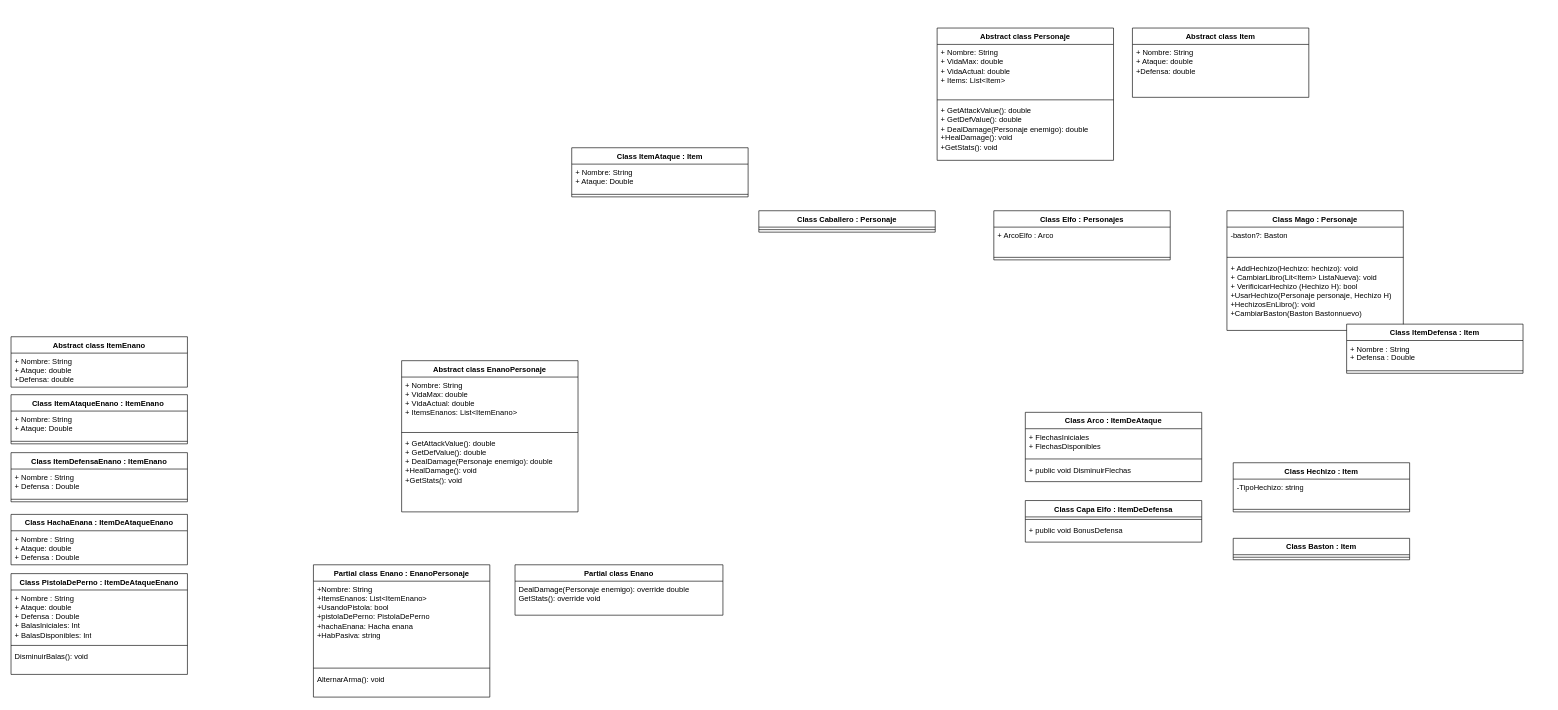
Above: src/Library/UML_RolePlaypt1.drawio in MauricioSS215/PII_RoleplayGame_1_Start (draw.io), before the change. Source tidied: cells renumbered, new cells numbered last; positions are measured from the earlier drawing's top-left corner, leaving out a move shared by most shapes. Both pictures are drawn from the tidied source at 63%, with x=0, y=0 at pixel (11, 28).
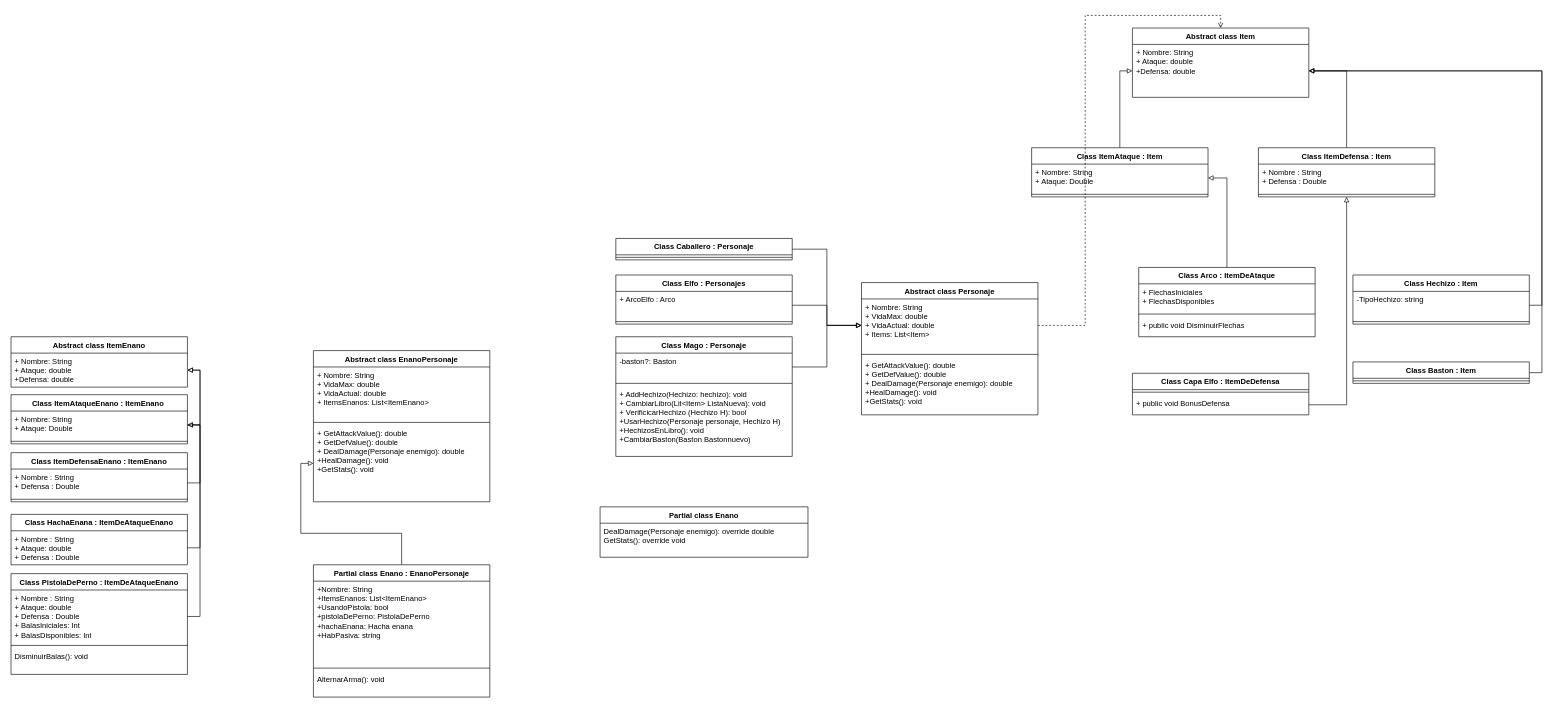
Above is the later version.

Commit message:
UML Final, falta solo flechar la partial class enano.

Unchanged cells that the change refers to:
```xml
<mxCell id="3" value="+ Nombre: String&lt;br&gt;+ VidaMax: double&lt;br&gt;+ VidaActual: double&lt;br&gt;+ Items: List&amp;lt;Item&amp;gt;&lt;br&gt;&lt;br&gt;&amp;nbsp;" style="text;strokeColor=none;fillColor=none;align=left;verticalAlign=top;spacingLeft=4;spacingRight=4;overflow=hidden;points=[[0,0.5],[1,0.5]];portConstraint=eastwest;whiteSpace=wrap;html=1;" parent="2" vertex="1">
  <mxGeometry y="26" width="280" height="84" as="geometry" />
</mxCell>
<mxCell id="6" value="Abstract class Item" style="swimlane;fontStyle=1;align=center;verticalAlign=top;horizontal=1;startSize=26;whiteSpace=wrap;html=1;" parent="1" vertex="1">
  <mxGeometry x="1780" width="280" height="110" as="geometry" />
</mxCell>
<mxCell id="7" value="+ Nombre: String&lt;br&gt;+ Ataque: double&lt;br&gt;+Defensa: double&lt;br&gt;&lt;br&gt;&amp;nbsp;" style="text;strokeColor=none;fillColor=none;align=left;verticalAlign=top;spacingLeft=4;spacingRight=4;overflow=hidden;points=[[0,0.5],[1,0.5]];portConstraint=eastwest;whiteSpace=wrap;html=1;" parent="6" vertex="1">
  <mxGeometry y="26" width="280" height="84" as="geometry" />
</mxCell>
<mxCell id="9" value="+ Nombre: String&lt;br&gt;+ Ataque: Double" style="text;strokeColor=none;fillColor=none;align=left;verticalAlign=top;spacingLeft=4;spacingRight=4;overflow=hidden;points=[[0,0.5],[1,0.5]];portConstraint=eastwest;whiteSpace=wrap;html=1;" parent="8" vertex="1">
  <mxGeometry y="26" width="280" height="44" as="geometry" />
</mxCell>
<mxCell id="14" value="-baston?: Baston" style="text;strokeColor=none;fillColor=none;align=left;verticalAlign=top;spacingLeft=4;spacingRight=4;overflow=hidden;points=[[0,0.5],[1,0.5]];portConstraint=eastwest;whiteSpace=wrap;html=1;" parent="13" vertex="1">
  <mxGeometry y="26" width="280" height="44" as="geometry" />
</mxCell>
<mxCell id="18" value="-TipoHechizo: string" style="text;strokeColor=none;fillColor=none;align=left;verticalAlign=top;spacingLeft=4;spacingRight=4;overflow=hidden;points=[[0,0.5],[1,0.5]];portConstraint=eastwest;whiteSpace=wrap;html=1;" parent="17" vertex="1">
  <mxGeometry y="26" width="280" height="44" as="geometry" />
</mxCell>
<mxCell id="23" value="+ ArcoElfo : Arco" style="text;strokeColor=none;fillColor=none;align=left;verticalAlign=top;spacingLeft=4;spacingRight=4;overflow=hidden;points=[[0,0.5],[1,0.5]];portConstraint=eastwest;whiteSpace=wrap;html=1;" parent="22" vertex="1">
  <mxGeometry y="26" width="280" height="44" as="geometry" />
</mxCell>
<mxCell id="31" value="+ public void BonusDefensa" style="text;strokeColor=none;fillColor=none;align=left;verticalAlign=top;spacingLeft=4;spacingRight=4;overflow=hidden;points=[[0,0.5],[1,0.5]];portConstraint=eastwest;whiteSpace=wrap;html=1;" parent="29" vertex="1">
  <mxGeometry y="34" width="280" height="32" as="geometry" />
</mxCell>
<mxCell id="35" value="Partial class Enano : EnanoPersonaje" style="swimlane;fontStyle=1;align=center;verticalAlign=top;horizontal=1;startSize=26;whiteSpace=wrap;html=1;" parent="1" vertex="1">
  <mxGeometry x="480" y="852" width="280" height="210" as="geometry" />
</mxCell>
<mxCell id="42" value="+ GetAttackValue(): double&lt;br&gt;+ GetDefValue(): double&lt;br&gt;+ DealDamage(Personaje enemigo): double&lt;br&gt;+HealDamage(): void&lt;br&gt;+GetStats(): void" style="text;strokeColor=none;fillColor=none;align=left;verticalAlign=top;spacingLeft=4;spacingRight=4;overflow=hidden;points=[[0,0.5],[1,0.5]];portConstraint=eastwest;whiteSpace=wrap;html=1;" parent="39" vertex="1">
  <mxGeometry y="118" width="280" height="122" as="geometry" />
</mxCell>
<mxCell id="46" value="+ Nombre: String&lt;br&gt;+ Ataque: Double" style="text;strokeColor=none;fillColor=none;align=left;verticalAlign=top;spacingLeft=4;spacingRight=4;overflow=hidden;points=[[0,0.5],[1,0.5]];portConstraint=eastwest;whiteSpace=wrap;html=1;" parent="45" vertex="1">
  <mxGeometry y="26" width="280" height="44" as="geometry" />
</mxCell>
<mxCell id="49" value="+ Nombre : String&lt;br&gt;+ Defensa : Double" style="text;strokeColor=none;fillColor=none;align=left;verticalAlign=top;spacingLeft=4;spacingRight=4;overflow=hidden;points=[[0,0.5],[1,0.5]];portConstraint=eastwest;whiteSpace=wrap;html=1;" parent="48" vertex="1">
  <mxGeometry y="26" width="280" height="44" as="geometry" />
</mxCell>
<mxCell id="52" value="+ Nombre: String&lt;br&gt;+ Ataque: double&lt;br&gt;+Defensa: double&lt;br&gt;&lt;br&gt;&amp;nbsp;" style="text;strokeColor=none;fillColor=none;align=left;verticalAlign=top;spacingLeft=4;spacingRight=4;overflow=hidden;points=[[0,0.5],[1,0.5]];portConstraint=eastwest;whiteSpace=wrap;html=1;" parent="51" vertex="1">
  <mxGeometry y="26" width="280" height="54" as="geometry" />
</mxCell>
<mxCell id="54" value="+ Nombre : String&lt;br&gt;+ Ataque: double&lt;br&gt;+ Defensa : Double" style="text;strokeColor=none;fillColor=none;align=left;verticalAlign=top;spacingLeft=4;spacingRight=4;overflow=hidden;points=[[0,0.5],[1,0.5]];portConstraint=eastwest;whiteSpace=wrap;html=1;" parent="53" vertex="1">
  <mxGeometry y="26" width="280" height="54" as="geometry" />
</mxCell>
<mxCell id="56" value="+ Nombre : String&lt;br&gt;+ Ataque: double&lt;br&gt;+ Defensa : Double&lt;br&gt;+ BalasIniciales: Int&lt;br&gt;+ BalasDisponibles: Int&lt;br&gt;" style="text;strokeColor=none;fillColor=none;align=left;verticalAlign=top;spacingLeft=4;spacingRight=4;overflow=hidden;points=[[0,0.5],[1,0.5]];portConstraint=eastwest;whiteSpace=wrap;html=1;" parent="55" vertex="1">
  <mxGeometry y="26" width="280" height="84" as="geometry" />
</mxCell>
```

Change to the diagram source:
```diff
@@
     <mxCell id="2" value="Abstract class Personaje" style="swimlane;fontStyle=1;align=center;verticalAlign=top;horizontal=1;startSize=26;whiteSpace=wrap;html=1;" parent="1" vertex="1">
-      <mxGeometry x="1470" width="280" height="210" as="geometry" />
+      <mxGeometry x="1350" y="404" width="280" height="210" as="geometry" />
     </mxCell>
@@
+    <mxCell id="59" style="edgeStyle=orthogonalEdgeStyle;rounded=0;jettySize=auto;html=1;exitX=0.5;exitY=0;exitDx=0;exitDy=0;entryX=0;entryY=0.5;entryDx=0;entryDy=0;endArrow=block;endFill=0;" parent="1" edge="1" source="8" target="7">
+      <mxGeometry relative="1" as="geometry" />
+    </mxCell>
     <mxCell id="8" value="Class ItemAtaque : Item" style="swimlane;fontStyle=1;align=center;verticalAlign=top;horizontal=1;startSize=26;whiteSpace=wrap;html=1;" parent="1" vertex="1">
-      <mxGeometry x="890" y="190" width="280" height="78" as="geometry" />
+      <mxGeometry x="1620" y="190" width="280" height="78" as="geometry" />
     </mxCell>
@@
+    <mxCell id="60" style="edgeStyle=orthogonalEdgeStyle;rounded=0;jettySize=auto;html=1;exitX=1;exitY=0.5;exitDx=0;exitDy=0;entryX=0;entryY=0.5;entryDx=0;entryDy=0;endArrow=block;endFill=0;" parent="1" edge="1" source="11" target="3">
+      <mxGeometry relative="1" as="geometry" />
+    </mxCell>
     <mxCell id="11" value="Class Caballero : Personaje" style="swimlane;fontStyle=1;align=center;verticalAlign=top;horizontal=1;startSize=26;whiteSpace=wrap;html=1;" parent="1" vertex="1">
-      <mxGeometry x="1187" y="290" width="280" height="34" as="geometry" />
+      <mxGeometry x="960" y="334" width="280" height="34" as="geometry" />
     </mxCell>
@@
     <mxCell id="13" value="Class Mago : Personaje" style="swimlane;fontStyle=1;align=center;verticalAlign=top;horizontal=1;startSize=26;whiteSpace=wrap;html=1;" parent="1" vertex="1">
-      <mxGeometry x="1930" y="290" width="280" height="190" as="geometry" />
+      <mxGeometry x="960" y="490" width="280" height="190" as="geometry" />
     </mxCell>
@@
     <mxCell id="17" value="Class Hechizo : Item" style="swimlane;fontStyle=1;align=center;verticalAlign=top;horizontal=1;startSize=26;whiteSpace=wrap;html=1;" parent="1" vertex="1">
-      <mxGeometry x="1940" y="690" width="280" height="78" as="geometry" />
+      <mxGeometry x="2130" y="392" width="280" height="78" as="geometry" />
     </mxCell>
@@
+    <mxCell id="61" style="edgeStyle=orthogonalEdgeStyle;rounded=0;jettySize=auto;html=1;exitX=1;exitY=0.5;exitDx=0;exitDy=0;entryX=1;entryY=0.5;entryDx=0;entryDy=0;endArrow=block;endFill=0;" parent="1" edge="1" source="20" target="7">
+      <mxGeometry relative="1" as="geometry" />
+    </mxCell>
     <mxCell id="20" value="Class Baston : Item" style="swimlane;fontStyle=1;align=center;verticalAlign=top;horizontal=1;startSize=26;whiteSpace=wrap;html=1;" parent="1" vertex="1">
-      <mxGeometry x="1940" y="810" width="280" height="34" as="geometry" />
+      <mxGeometry x="2130" y="530" width="280" height="34" as="geometry" />
     </mxCell>
@@
     <mxCell id="22" value="Class Elfo : Personajes" style="swimlane;fontStyle=1;align=center;verticalAlign=top;horizontal=1;startSize=26;whiteSpace=wrap;html=1;" parent="1" vertex="1">
-      <mxGeometry x="1560" y="290" width="280" height="78" as="geometry" />
+      <mxGeometry x="960" y="392" width="280" height="78" as="geometry" />
     </mxCell>
@@
+    <mxCell id="62" style="edgeStyle=orthogonalEdgeStyle;rounded=0;jettySize=auto;html=1;exitX=0.5;exitY=0;exitDx=0;exitDy=0;entryX=1;entryY=0.5;entryDx=0;entryDy=0;endArrow=block;endFill=0;" parent="1" edge="1" source="25" target="9">
+      <mxGeometry relative="1" as="geometry" />
+    </mxCell>
     <mxCell id="25" value="Class Arco : ItemDeAtaque" style="swimlane;fontStyle=1;align=center;verticalAlign=top;horizontal=1;startSize=26;whiteSpace=wrap;html=1;" parent="1" vertex="1">
-      <mxGeometry x="1610" y="610" width="280" height="110" as="geometry" />
+      <mxGeometry x="1790" y="380" width="280" height="110" as="geometry" />
     </mxCell>
@@
     <mxCell id="29" value="Class Capa Elfo : ItemDeDefensa" style="swimlane;fontStyle=1;align=center;verticalAlign=top;horizontal=1;startSize=26;whiteSpace=wrap;html=1;" parent="1" vertex="1">
-      <mxGeometry x="1610" y="750" width="280" height="66" as="geometry" />
+      <mxGeometry x="1780" y="548" width="280" height="66" as="geometry" />
     </mxCell>
@@
+    <mxCell id="63" style="edgeStyle=orthogonalEdgeStyle;rounded=0;jettySize=auto;html=1;exitX=0.5;exitY=0;exitDx=0;exitDy=0;entryX=1;entryY=0.5;entryDx=0;entryDy=0;endArrow=block;endFill=0;" parent="1" edge="1" source="32" target="7">
+      <mxGeometry relative="1" as="geometry" />
+    </mxCell>
     <mxCell id="32" value="Class ItemDefensa : Item" style="swimlane;fontStyle=1;align=center;verticalAlign=top;horizontal=1;startSize=26;whiteSpace=wrap;html=1;" parent="1" vertex="1">
-      <mxGeometry x="2120" y="470" width="280" height="78" as="geometry" />
+      <mxGeometry x="1980" y="190" width="280" height="78" as="geometry" />
     </mxCell>
@@
+    <mxCell id="64" style="edgeStyle=orthogonalEdgeStyle;rounded=0;jettySize=auto;html=1;exitX=0.5;exitY=0;exitDx=0;exitDy=0;entryX=0;entryY=0.5;entryDx=0;entryDy=0;endArrow=block;endFill=0;" parent="1" edge="1" source="35" target="42">
+      <mxGeometry relative="1" as="geometry" />
+    </mxCell>
@@
     <mxCell id="39" value="Abstract class EnanoPersonaje" style="swimlane;fontStyle=1;align=center;verticalAlign=top;horizontal=1;startSize=26;whiteSpace=wrap;html=1;" parent="1" vertex="1">
-      <mxGeometry x="620" y="528" width="280" height="240" as="geometry" />
+      <mxGeometry x="480" y="512" width="280" height="240" as="geometry" />
     </mxCell>
@@
     <mxCell id="43" value="Partial class Enano" style="swimlane;fontStyle=1;align=center;verticalAlign=top;horizontal=1;startSize=26;whiteSpace=wrap;html=1;" parent="1" vertex="1">
-      <mxGeometry x="800" y="852" width="330" height="80" as="geometry" />
+      <mxGeometry x="935" y="760" width="330" height="80" as="geometry" />
     </mxCell>
@@
+    <mxCell id="65" style="edgeStyle=orthogonalEdgeStyle;rounded=0;jettySize=auto;html=1;exitX=1;exitY=0.5;exitDx=0;exitDy=0;entryX=1;entryY=0.5;entryDx=0;entryDy=0;endArrow=block;endFill=0;" parent="1" edge="1" source="46" target="52">
+      <mxGeometry relative="1" as="geometry" />
+    </mxCell>
+    <mxCell id="66" style="edgeStyle=orthogonalEdgeStyle;rounded=0;jettySize=auto;html=1;exitX=1;exitY=0.5;exitDx=0;exitDy=0;entryX=1;entryY=0.5;entryDx=0;entryDy=0;endArrow=block;endFill=0;" parent="1" edge="1" source="49" target="52">
+      <mxGeometry relative="1" as="geometry" />
+    </mxCell>
+    <mxCell id="67" style="edgeStyle=orthogonalEdgeStyle;rounded=0;jettySize=auto;html=1;exitX=1;exitY=0.5;exitDx=0;exitDy=0;entryX=1;entryY=0.5;entryDx=0;entryDy=0;endArrow=block;endFill=0;" parent="1" edge="1" source="54" target="46">
+      <mxGeometry relative="1" as="geometry" />
+    </mxCell>
+    <mxCell id="68" style="edgeStyle=orthogonalEdgeStyle;rounded=0;jettySize=auto;html=1;exitX=1;exitY=0.5;exitDx=0;exitDy=0;entryX=1;entryY=0.5;entryDx=0;entryDy=0;endArrow=block;endFill=0;" parent="1" edge="1" source="56" target="46">
+      <mxGeometry relative="1" as="geometry" />
+    </mxCell>
+    <mxCell id="69" style="edgeStyle=orthogonalEdgeStyle;rounded=0;jettySize=auto;html=1;exitX=1;exitY=0.5;exitDx=0;exitDy=0;entryX=0;entryY=0.5;entryDx=0;entryDy=0;endArrow=block;endFill=0;" parent="1" edge="1" source="23" target="3">
+      <mxGeometry relative="1" as="geometry" />
+    </mxCell>
+    <mxCell id="70" style="edgeStyle=orthogonalEdgeStyle;rounded=0;jettySize=auto;html=1;exitX=1;exitY=0.5;exitDx=0;exitDy=0;entryX=0;entryY=0.5;entryDx=0;entryDy=0;endArrow=block;endFill=0;" parent="1" edge="1" source="14" target="3">
+      <mxGeometry relative="1" as="geometry" />
+    </mxCell>
+    <mxCell id="71" style="edgeStyle=orthogonalEdgeStyle;rounded=0;jettySize=auto;html=1;exitX=1;exitY=0.5;exitDx=0;exitDy=0;entryX=0.5;entryY=1;entryDx=0;entryDy=0;endArrow=block;endFill=0;" parent="1" edge="1" source="31" target="32">
+      <mxGeometry relative="1" as="geometry" />
+    </mxCell>
+    <mxCell id="72" style="edgeStyle=orthogonalEdgeStyle;rounded=0;jettySize=auto;html=1;exitX=1;exitY=0.5;exitDx=0;exitDy=0;entryX=1;entryY=0.5;entryDx=0;entryDy=0;endArrow=block;endFill=0;" parent="1" edge="1" source="18" target="7">
+      <mxGeometry relative="1" as="geometry" />
+    </mxCell>
+    <mxCell id="73" style="edgeStyle=orthogonalEdgeStyle;rounded=0;jettySize=auto;html=1;exitX=1;exitY=0.5;exitDx=0;exitDy=0;entryX=0.5;entryY=0;entryDx=0;entryDy=0;dashed=1;endArrow=open;endFill=0;" parent="1" edge="1" source="3" target="6">
+      <mxGeometry relative="1" as="geometry" />
+    </mxCell>
```
